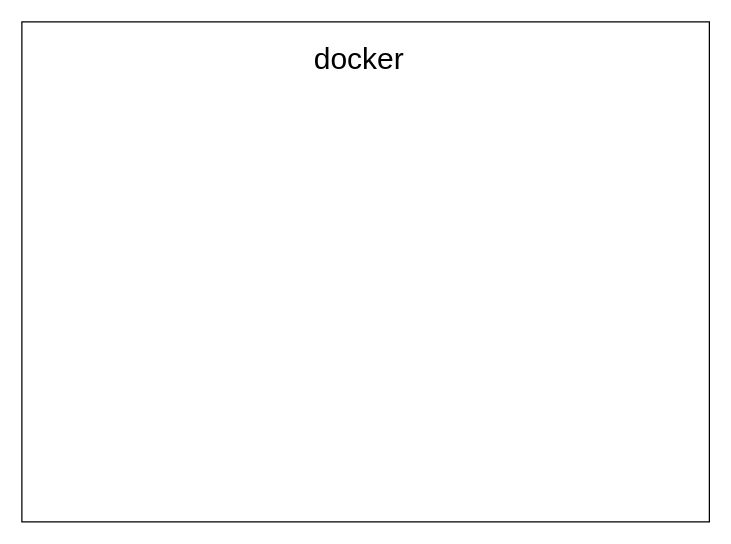
LanSeTianYe/draw keeps this draw.io diagram as me/note.drawio. Above is the earlier version. Source tidied: cells renumbered, new cells numbered last; positions are measured from the earlier drawing's top-left corner, leaving out a move shared by most shapes. Both pictures are drawn from the tidied source at 125%, with x=0, y=0 at pixel (21, 21).
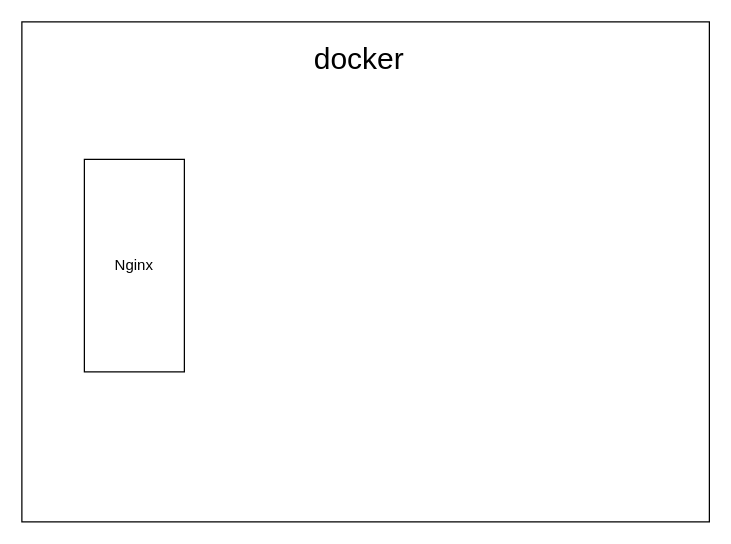
After the change.

Diff of the diagram source:
```diff
@@
 <mxGraphModel>
   <root>
     <mxCell id="0" />
     <mxCell id="1" parent="0" />
     <mxCell id="2" style="rounded=0;whiteSpace=wrap;html=1;" parent="1" vertex="1">
       <mxGeometry width="550" height="400" as="geometry" />
     </mxCell>
     <mxCell id="3" value="&lt;font style=&quot;font-size: 24px;&quot;&gt;docker&lt;/font&gt;" style="text;html=1;align=center;verticalAlign=middle;whiteSpace=wrap;rounded=0;" parent="1" vertex="1">
       <mxGeometry y="10" width="540" height="40" as="geometry" />
     </mxCell>
+    <mxCell id="4" value="Nginx" style="rounded=0;whiteSpace=wrap;html=1;" parent="1" vertex="1">
+      <mxGeometry x="50" y="110" width="80" height="170" as="geometry" />
+    </mxCell>
   </root>
 </mxGraphModel>
```
